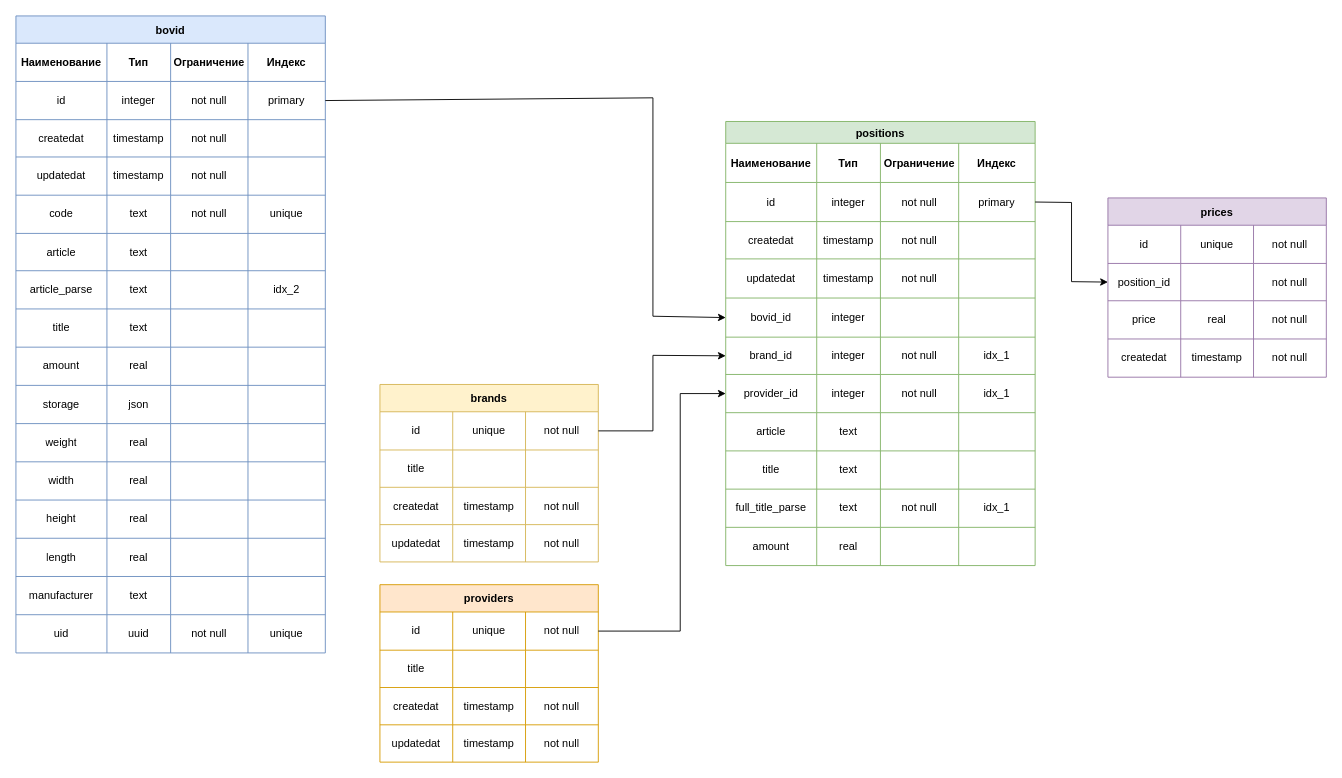
This is page "Page-1" (1 of 2) of docs/schema/db.drawio from GeoS74/bridge, a draw.io file, before an edit. Source tidied: cells renumbered, new cells numbered last; positions are measured from the earlier drawing's top-left corner, leaving out a move shared by most shapes. Both pictures are drawn from the tidied source at 91%, with x=0, y=0 at pixel (15, 15).
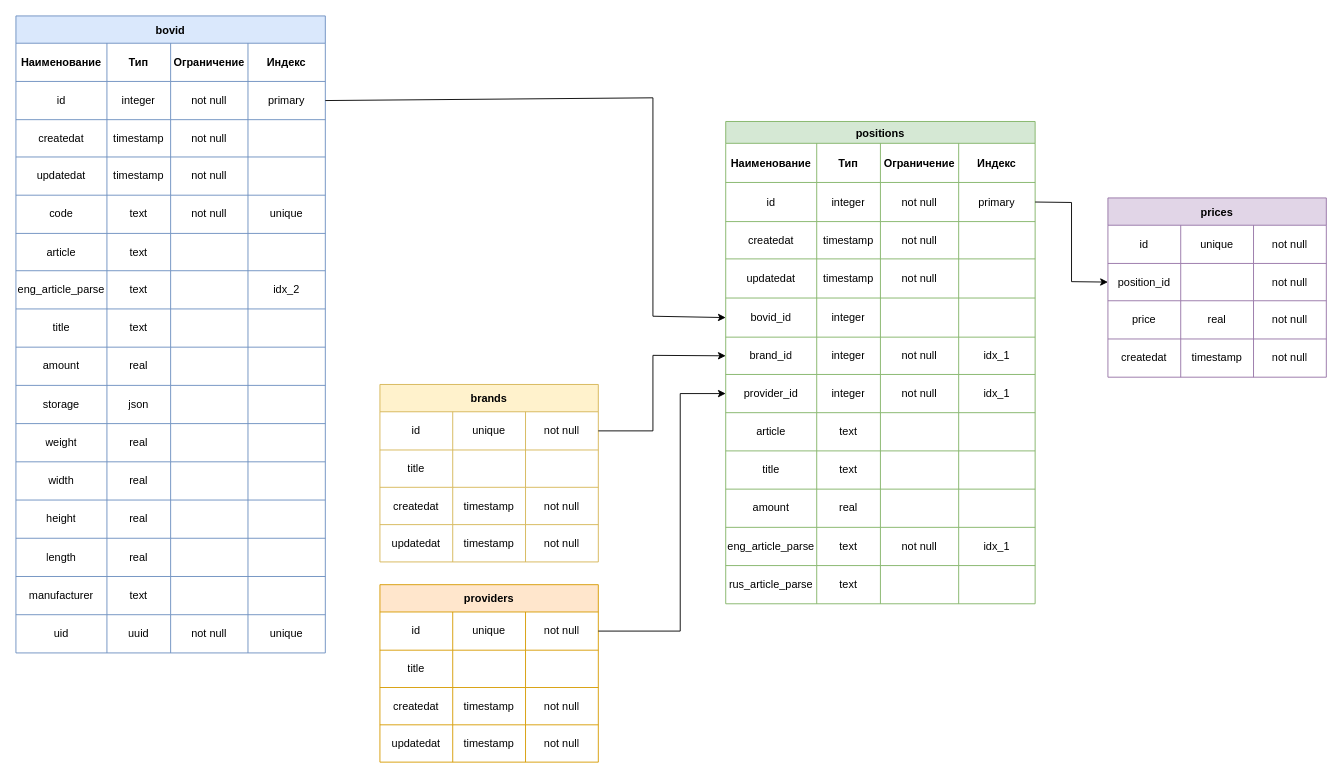
After the change.

Unchanged cells that the change refers to:
```xml
<mxCell id="33" style="shape=tableRow;horizontal=0;startSize=0;swimlaneHead=0;swimlaneBody=0;top=0;left=0;bottom=0;right=0;fillColor=none;" parent="2" vertex="1">
  <mxGeometry y="280" width="340" height="42" as="geometry" />
</mxCell>
```

Change to the diagram source:
```diff
@@
-    <mxCell id="34" value="article_parse" style="shape=partialRectangle;html=1;whiteSpace=wrap;fillColor=none;top=0;left=0;bottom=0;right=0;overflow=hidden;" parent="33" vertex="1">
+    <mxCell id="34" value="eng_article_parse" style="shape=partialRectangle;html=1;whiteSpace=wrap;fillColor=none;top=0;left=0;bottom=0;right=0;overflow=hidden;" parent="33" vertex="1">
       <mxGeometry width="100" height="42" as="geometry" />
     </mxCell>
@@
     <mxCell id="83" value="positions" style="shape=table;startSize=24;childLayout=tableLayout;fontStyle=1;align=center;fillColor=#d5e8d4;strokeColor=#82b366;" parent="1" vertex="1">
-      <mxGeometry x="780" y="116" width="340" height="488" as="geometry" />
+      <mxGeometry x="780" y="116" width="340" height="530" as="geometry" />
     </mxCell>
@@
-    <mxCell id="129" style="shape=tableRow;horizontal=0;startSize=0;swimlaneHead=0;swimlaneBody=0;top=0;left=0;bottom=0;right=0;fillColor=none;" parent="83" vertex="1">
-      <mxGeometry y="404" width="340" height="42" as="geometry" />
-    </mxCell>
-    <mxCell id="130" value="full_title_parse" style="shape=partialRectangle;html=1;whiteSpace=wrap;fillColor=none;top=0;left=0;bottom=0;right=0;overflow=hidden;strokeColor=#b85450;" parent="129" vertex="1">
-      <mxGeometry width="100" height="42" as="geometry" />
-    </mxCell>
-    <mxCell id="131" value="text" style="shape=partialRectangle;html=1;whiteSpace=wrap;fillColor=none;top=0;left=0;bottom=0;right=0;overflow=hidden;strokeColor=#b85450;" parent="129" vertex="1">
-      <mxGeometry x="100" width="70" height="42" as="geometry" />
-    </mxCell>
-    <mxCell id="132" value="not null" style="shape=partialRectangle;html=1;whiteSpace=wrap;fillColor=none;top=0;left=0;bottom=0;right=0;overflow=hidden;strokeColor=#b85450;" parent="129" vertex="1">
-      <mxGeometry x="170" width="86" height="42" as="geometry" />
-    </mxCell>
-    <mxCell id="133" value="idx_1" style="shape=partialRectangle;html=1;whiteSpace=wrap;fillColor=none;top=0;left=0;bottom=0;right=0;overflow=hidden;strokeColor=#b85450;" parent="129" vertex="1">
-      <mxGeometry x="256" width="84" height="42" as="geometry" />
-    </mxCell>
     <mxCell id="134" style="shape=tableRow;horizontal=0;startSize=0;swimlaneHead=0;swimlaneBody=0;top=0;left=0;bottom=0;right=0;fillColor=none;" parent="83" vertex="1">
-      <mxGeometry y="446" width="340" height="42" as="geometry" />
+      <mxGeometry y="404" width="340" height="42" as="geometry" />
     </mxCell>
@@
+    <mxCell id="194" style="shape=tableRow;horizontal=0;startSize=0;swimlaneHead=0;swimlaneBody=0;top=0;left=0;bottom=0;right=0;fillColor=none;" parent="83" vertex="1">
+      <mxGeometry y="446" width="340" height="42" as="geometry" />
+    </mxCell>
+    <mxCell id="195" value="eng_article_parse" style="shape=partialRectangle;html=1;whiteSpace=wrap;fillColor=none;top=0;left=0;bottom=0;right=0;overflow=hidden;strokeColor=#b85450;" parent="194" vertex="1">
+      <mxGeometry width="100" height="42" as="geometry" />
+    </mxCell>
+    <mxCell id="196" value="text" style="shape=partialRectangle;html=1;whiteSpace=wrap;fillColor=none;top=0;left=0;bottom=0;right=0;overflow=hidden;strokeColor=#b85450;" parent="194" vertex="1">
+      <mxGeometry x="100" width="70" height="42" as="geometry" />
+    </mxCell>
+    <mxCell id="132" value="not null" style="shape=partialRectangle;html=1;whiteSpace=wrap;fillColor=none;top=0;left=0;bottom=0;right=0;overflow=hidden;strokeColor=#b85450;" parent="194" vertex="1">
+      <mxGeometry x="170" width="86" height="42" as="geometry" />
+    </mxCell>
+    <mxCell id="133" value="idx_1" style="shape=partialRectangle;html=1;whiteSpace=wrap;fillColor=none;top=0;left=0;bottom=0;right=0;overflow=hidden;strokeColor=#b85450;" parent="194" vertex="1">
+      <mxGeometry x="256" width="84" height="42" as="geometry" />
+    </mxCell>
+    <mxCell id="197" style="shape=tableRow;horizontal=0;startSize=0;swimlaneHead=0;swimlaneBody=0;top=0;left=0;bottom=0;right=0;fillColor=none;" parent="83" vertex="1">
+      <mxGeometry y="488" width="340" height="42" as="geometry" />
+    </mxCell>
+    <mxCell id="198" value="rus_article_parse" style="shape=partialRectangle;html=1;whiteSpace=wrap;fillColor=none;top=0;left=0;bottom=0;right=0;overflow=hidden;strokeColor=#b85450;" parent="197" vertex="1">
+      <mxGeometry width="100" height="42" as="geometry" />
+    </mxCell>
+    <mxCell id="199" value="text" style="shape=partialRectangle;html=1;whiteSpace=wrap;fillColor=none;top=0;left=0;bottom=0;right=0;overflow=hidden;strokeColor=#b85450;" parent="197" vertex="1">
+      <mxGeometry x="100" width="70" height="42" as="geometry" />
+    </mxCell>
+    <mxCell id="200" style="shape=partialRectangle;html=1;whiteSpace=wrap;fillColor=none;top=0;left=0;bottom=0;right=0;overflow=hidden;strokeColor=#b85450;" parent="197" vertex="1">
+      <mxGeometry x="170" width="86" height="42" as="geometry" />
+    </mxCell>
+    <mxCell id="201" style="shape=partialRectangle;html=1;whiteSpace=wrap;fillColor=none;top=0;left=0;bottom=0;right=0;overflow=hidden;strokeColor=#b85450;" parent="197" vertex="1">
+      <mxGeometry x="256" width="84" height="42" as="geometry" />
+    </mxCell>
```
